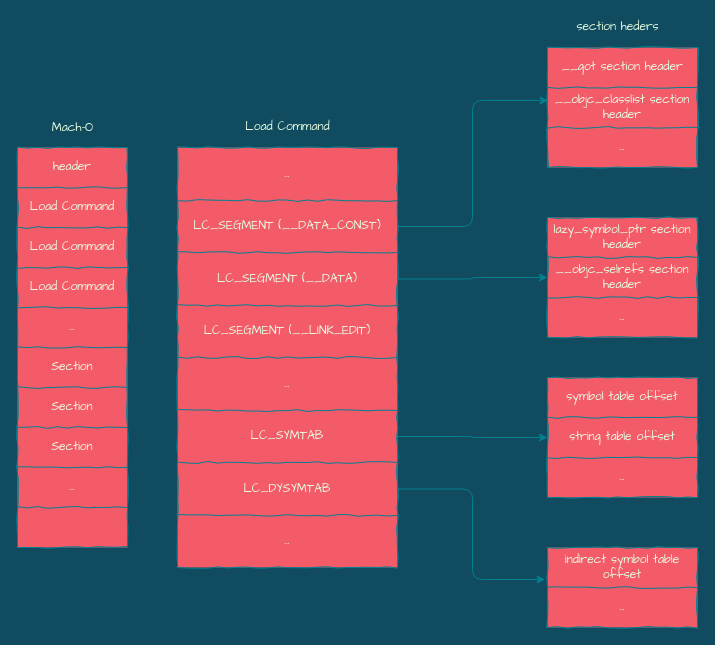
silan-liu/drawio keeps this draw.io diagram as fishhook/section_header.drawio. Above is the earlier version. Source tidied: cells renumbered, new cells numbered last; positions are measured from the earlier drawing's top-left corner, leaving out a move shared by most shapes. Both pictures are drawn from the tidied source at 100%, with x=0, y=0 at pixel (17, 17).
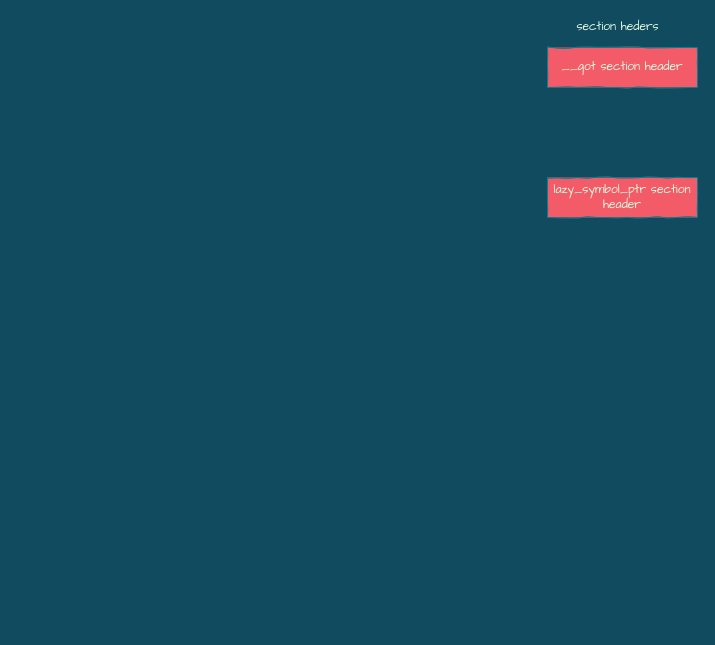
Above is the later version.

The edit, as a diff of the source:
```diff
@@
-    <mxCell id="2" style="shape=table;html=1;whiteSpace=wrap;startSize=0;childLayout=tableLayout;comic=1;fillColor=#F45B69;strokeColor=#028090;fontColor=#E4FDE1;fontFamily=Architects Daughter;" parent="1" vertex="1">
-      <mxGeometry y="130" width="110" height="400" as="geometry" />
-    </mxCell>
-    <mxCell id="3" style="shape=partialRectangle;html=1;whiteSpace=wrap;fillColor=none;top=0;left=0;bottom=0;right=0;strokeColor=#028090;fontColor=#E4FDE1;" parent="2" vertex="1">
-      <mxGeometry width="110" height="40" as="geometry" />
-    </mxCell>
-    <mxCell id="4" value="header" style="shape=partialRectangle;html=1;whiteSpace=wrap;overflow=hidden;fillColor=none;top=0;left=0;bottom=0;right=0;strokeColor=#028090;fontColor=#E4FDE1;fontFamily=Architects Daughter;" parent="3" vertex="1">
-      <mxGeometry width="110" height="40" as="geometry" />
-    </mxCell>
-    <mxCell id="5" style="shape=partialRectangle;html=1;whiteSpace=wrap;fillColor=none;top=0;left=0;bottom=0;right=0;strokeColor=#028090;fontColor=#E4FDE1;" parent="2" vertex="1">
-      <mxGeometry y="40" width="110" height="40" as="geometry" />
-    </mxCell>
-    <mxCell id="6" value="Load Command" style="shape=partialRectangle;html=1;whiteSpace=wrap;overflow=hidden;fillColor=none;top=0;left=0;bottom=0;right=0;strokeColor=#028090;fontColor=#E4FDE1;fontFamily=Architects Daughter;" parent="5" vertex="1">
-      <mxGeometry width="110" height="40" as="geometry" />
-    </mxCell>
-    <mxCell id="7" style="shape=partialRectangle;html=1;whiteSpace=wrap;fillColor=none;top=0;left=0;bottom=0;right=0;strokeColor=#028090;fontColor=#E4FDE1;" parent="2" vertex="1">
-      <mxGeometry y="80" width="110" height="40" as="geometry" />
-    </mxCell>
-    <mxCell id="8" value="Load Command" style="shape=partialRectangle;html=1;whiteSpace=wrap;overflow=hidden;fillColor=none;top=0;left=0;bottom=0;right=0;strokeColor=#028090;fontColor=#E4FDE1;fontFamily=Architects Daughter;" parent="7" vertex="1">
-      <mxGeometry width="110" height="40" as="geometry" />
-    </mxCell>
-    <mxCell id="9" style="shape=partialRectangle;html=1;whiteSpace=wrap;fillColor=none;top=0;left=0;bottom=0;right=0;strokeColor=#028090;fontColor=#E4FDE1;" parent="2" vertex="1">
-      <mxGeometry y="120" width="110" height="40" as="geometry" />
-    </mxCell>
-    <mxCell id="10" value="Load Command" style="shape=partialRectangle;html=1;whiteSpace=wrap;overflow=hidden;fillColor=none;top=0;left=0;bottom=0;right=0;strokeColor=#028090;fontColor=#E4FDE1;fontFamily=Architects Daughter;" parent="9" vertex="1">
-      <mxGeometry width="110" height="40" as="geometry" />
-    </mxCell>
-    <mxCell id="11" style="shape=partialRectangle;html=1;whiteSpace=wrap;fillColor=none;top=0;left=0;bottom=0;right=0;strokeColor=#028090;fontColor=#E4FDE1;" parent="2" vertex="1">
-      <mxGeometry y="160" width="110" height="40" as="geometry" />
-    </mxCell>
-    <mxCell id="12" value="..." style="shape=partialRectangle;html=1;whiteSpace=wrap;overflow=hidden;fillColor=none;top=0;left=0;bottom=0;right=0;strokeColor=#028090;fontColor=#E4FDE1;fontFamily=Architects Daughter;" parent="11" vertex="1">
-      <mxGeometry width="110" height="40" as="geometry" />
-    </mxCell>
-    <mxCell id="13" style="shape=partialRectangle;html=1;whiteSpace=wrap;fillColor=none;top=0;left=0;bottom=0;right=0;strokeColor=#028090;fontColor=#E4FDE1;" parent="2" vertex="1">
-      <mxGeometry y="200" width="110" height="40" as="geometry" />
-    </mxCell>
-    <mxCell id="14" value="Section" style="shape=partialRectangle;html=1;whiteSpace=wrap;overflow=hidden;fillColor=none;top=0;left=0;bottom=0;right=0;strokeColor=#028090;fontColor=#E4FDE1;fontFamily=Architects Daughter;" parent="13" vertex="1">
-      <mxGeometry width="110" height="40" as="geometry" />
-    </mxCell>
-    <mxCell id="15" style="shape=partialRectangle;html=1;whiteSpace=wrap;fillColor=none;top=0;left=0;bottom=0;right=0;strokeColor=#028090;fontColor=#E4FDE1;" parent="2" vertex="1">
-      <mxGeometry y="240" width="110" height="40" as="geometry" />
-    </mxCell>
-    <mxCell id="16" value="Section" style="shape=partialRectangle;html=1;whiteSpace=wrap;overflow=hidden;fillColor=none;top=0;left=0;bottom=0;right=0;strokeColor=#028090;fontColor=#E4FDE1;fontFamily=Architects Daughter;" parent="15" vertex="1">
-      <mxGeometry width="110" height="40" as="geometry" />
-    </mxCell>
-    <mxCell id="17" style="shape=partialRectangle;html=1;whiteSpace=wrap;fillColor=none;top=0;left=0;bottom=0;right=0;strokeColor=#028090;fontColor=#E4FDE1;" parent="2" vertex="1">
-      <mxGeometry y="280" width="110" height="40" as="geometry" />
-    </mxCell>
-    <mxCell id="18" value="Section" style="shape=partialRectangle;html=1;whiteSpace=wrap;overflow=hidden;fillColor=none;top=0;left=0;bottom=0;right=0;strokeColor=#028090;fontColor=#E4FDE1;fontFamily=Architects Daughter;" parent="17" vertex="1">
-      <mxGeometry width="110" height="40" as="geometry" />
-    </mxCell>
-    <mxCell id="19" style="shape=partialRectangle;html=1;whiteSpace=wrap;fillColor=none;top=0;left=0;bottom=0;right=0;strokeColor=#028090;fontColor=#E4FDE1;" parent="2" vertex="1">
-      <mxGeometry y="320" width="110" height="40" as="geometry" />
-    </mxCell>
-    <mxCell id="20" value="..." style="shape=partialRectangle;html=1;whiteSpace=wrap;overflow=hidden;fillColor=none;top=0;left=0;bottom=0;right=0;strokeColor=#028090;fontColor=#E4FDE1;fontFamily=Architects Daughter;" parent="19" vertex="1">
-      <mxGeometry width="110" height="40" as="geometry" />
-    </mxCell>
-    <mxCell id="21" style="shape=partialRectangle;html=1;whiteSpace=wrap;fillColor=none;top=0;left=0;bottom=0;right=0;strokeColor=#028090;fontColor=#E4FDE1;" parent="2" vertex="1">
-      <mxGeometry y="360" width="110" height="40" as="geometry" />
-    </mxCell>
-    <mxCell id="22" style="shape=partialRectangle;html=1;whiteSpace=wrap;overflow=hidden;fillColor=none;top=0;left=0;bottom=0;right=0;strokeColor=#028090;fontColor=#E4FDE1;fontFamily=Architects Daughter;" parent="21" vertex="1">
-      <mxGeometry width="110" height="40" as="geometry" />
-    </mxCell>
-    <mxCell id="23" value="&lt;font face=&quot;Architects Daughter&quot;&gt;Mach-O&lt;/font&gt;" style="text;html=1;align=center;verticalAlign=middle;fontColor=#E4FDE1;" parent="1" vertex="1">
-      <mxGeometry x="25" y="100" width="60" height="20" as="geometry" />
-    </mxCell>
-    <mxCell id="24" style="shape=table;html=1;whiteSpace=wrap;startSize=0;childLayout=tableLayout;comic=1;fillColor=#F45B69;strokeColor=#028090;fontColor=#E4FDE1;fontFamily=Architects Daughter;" parent="1" vertex="1">
-      <mxGeometry x="160" y="130" width="220" height="420" as="geometry" />
-    </mxCell>
-    <mxCell id="25" style="shape=partialRectangle;html=1;whiteSpace=wrap;fillColor=none;top=0;left=0;bottom=0;right=0;strokeColor=#028090;fontColor=#E4FDE1;" parent="24" vertex="1">
-      <mxGeometry width="220" height="53" as="geometry" />
-    </mxCell>
-    <mxCell id="26" value="..." style="shape=partialRectangle;html=1;whiteSpace=wrap;overflow=hidden;fillColor=none;top=0;left=0;bottom=0;right=0;strokeColor=#028090;fontColor=#E4FDE1;fontFamily=Architects Daughter;" parent="25" vertex="1">
-      <mxGeometry width="220" height="53" as="geometry" />
-    </mxCell>
-    <mxCell id="27" style="shape=partialRectangle;html=1;whiteSpace=wrap;fillColor=none;top=0;left=0;bottom=0;right=0;points=[[0,0.5],[1,0.5]];portConstraint=eastwest;strokeColor=#028090;fontColor=#E4FDE1;" parent="24" vertex="1">
-      <mxGeometry y="53" width="220" height="52" as="geometry" />
-    </mxCell>
-    <mxCell id="28" value="LC_SEGMENT (__DATA_CONST)" style="shape=partialRectangle;html=1;whiteSpace=wrap;overflow=hidden;fillColor=none;top=0;left=0;bottom=0;right=0;strokeColor=#028090;fontColor=#E4FDE1;fontFamily=Architects Daughter;" parent="27" vertex="1">
-      <mxGeometry width="220" height="52" as="geometry" />
-    </mxCell>
-    <mxCell id="29" style="shape=partialRectangle;html=1;whiteSpace=wrap;fillColor=none;top=0;left=0;bottom=0;right=0;points=[[0,0.5],[1,0.5]];portConstraint=eastwest;strokeColor=#028090;fontColor=#E4FDE1;" parent="24" vertex="1">
-      <mxGeometry y="105" width="220" height="53" as="geometry" />
-    </mxCell>
-    <mxCell id="30" value="LC_SEGMENT (__DATA)" style="shape=partialRectangle;html=1;whiteSpace=wrap;overflow=hidden;fillColor=none;top=0;left=0;bottom=0;right=0;strokeColor=#028090;fontColor=#E4FDE1;fontFamily=Architects Daughter;" parent="29" vertex="1">
-      <mxGeometry width="220" height="53" as="geometry" />
-    </mxCell>
-    <mxCell id="31" style="shape=partialRectangle;html=1;whiteSpace=wrap;fillColor=none;top=0;left=0;bottom=0;right=0;strokeColor=#028090;fontColor=#E4FDE1;" parent="24" vertex="1">
-      <mxGeometry y="158" width="220" height="52" as="geometry" />
-    </mxCell>
-    <mxCell id="32" value="LC_SEGMENT (__LINK_EDIT)" style="shape=partialRectangle;html=1;whiteSpace=wrap;overflow=hidden;fillColor=none;top=0;left=0;bottom=0;right=0;strokeColor=#028090;fontColor=#E4FDE1;fontFamily=Architects Daughter;" parent="31" vertex="1">
-      <mxGeometry width="220" height="52" as="geometry" />
-    </mxCell>
-    <mxCell id="33" style="shape=partialRectangle;html=1;whiteSpace=wrap;fillColor=none;top=0;left=0;bottom=0;right=0;strokeColor=#028090;fontColor=#E4FDE1;" parent="24" vertex="1">
-      <mxGeometry y="210" width="220" height="53" as="geometry" />
-    </mxCell>
-    <mxCell id="34" value="..." style="shape=partialRectangle;html=1;whiteSpace=wrap;overflow=hidden;fillColor=none;top=0;left=0;bottom=0;right=0;strokeColor=#028090;fontColor=#E4FDE1;fontFamily=Architects Daughter;" parent="33" vertex="1">
-      <mxGeometry width="220" height="53" as="geometry" />
-    </mxCell>
-    <mxCell id="35" style="shape=partialRectangle;html=1;whiteSpace=wrap;fillColor=none;top=0;left=0;bottom=0;right=0;points=[[0,0.5],[1,0.5]];portConstraint=eastwest;strokeColor=#028090;fontColor=#E4FDE1;" parent="24" vertex="1">
-      <mxGeometry y="263" width="220" height="52" as="geometry" />
-    </mxCell>
-    <mxCell id="36" value="LC_SYMTAB" style="shape=partialRectangle;html=1;whiteSpace=wrap;overflow=hidden;fillColor=none;top=0;left=0;bottom=0;right=0;strokeColor=#028090;fontColor=#E4FDE1;fontFamily=Architects Daughter;" parent="35" vertex="1">
-      <mxGeometry width="220" height="52" as="geometry" />
-    </mxCell>
-    <mxCell id="37" style="shape=partialRectangle;html=1;whiteSpace=wrap;fillColor=none;top=0;left=0;bottom=0;right=0;points=[[0,0.5],[1,0.5]];portConstraint=eastwest;strokeColor=#028090;fontColor=#E4FDE1;" parent="24" vertex="1">
-      <mxGeometry y="315" width="220" height="53" as="geometry" />
-    </mxCell>
-    <mxCell id="38" value="LC_DYSYMTAB" style="shape=partialRectangle;html=1;whiteSpace=wrap;overflow=hidden;fillColor=none;top=0;left=0;bottom=0;right=0;strokeColor=#028090;fontColor=#E4FDE1;fontFamily=Architects Daughter;" parent="37" vertex="1">
-      <mxGeometry width="220" height="53" as="geometry" />
-    </mxCell>
-    <mxCell id="39" style="shape=partialRectangle;html=1;whiteSpace=wrap;fillColor=none;top=0;left=0;bottom=0;right=0;strokeColor=#028090;fontColor=#E4FDE1;" parent="24" vertex="1">
-      <mxGeometry y="368" width="220" height="52" as="geometry" />
-    </mxCell>
-    <mxCell id="40" value="..." style="shape=partialRectangle;html=1;whiteSpace=wrap;overflow=hidden;fillColor=none;top=0;left=0;bottom=0;right=0;strokeColor=#028090;fontColor=#E4FDE1;fontFamily=Architects Daughter;" parent="39" vertex="1">
-      <mxGeometry width="220" height="52" as="geometry" />
-    </mxCell>
-    <mxCell id="41" value="Load Command" style="text;html=1;align=center;verticalAlign=middle;fontFamily=Architects Daughter;fontColor=#E4FDE1;" parent="1" vertex="1">
-      <mxGeometry x="220" y="100" width="100" height="20" as="geometry" />
-    </mxCell>
-    <mxCell id="42" style="shape=table;html=1;whiteSpace=wrap;startSize=0;childLayout=tableLayout;comic=1;fillColor=#F45B69;strokeColor=#028090;fontColor=#E4FDE1;fontFamily=Architects Daughter;" parent="1" vertex="1">
-      <mxGeometry x="530" y="360" width="150" height="120" as="geometry" />
-    </mxCell>
-    <mxCell id="43" style="shape=partialRectangle;html=1;whiteSpace=wrap;fillColor=none;top=0;left=0;bottom=0;right=0;strokeColor=#028090;fontColor=#E4FDE1;" parent="42" vertex="1">
-      <mxGeometry width="150" height="40" as="geometry" />
-    </mxCell>
-    <mxCell id="44" value="symbol table offset" style="shape=partialRectangle;html=1;whiteSpace=wrap;overflow=hidden;fillColor=none;top=0;left=0;bottom=0;right=0;strokeColor=#028090;fontColor=#E4FDE1;fontFamily=Architects Daughter;" parent="43" vertex="1">
-      <mxGeometry width="150" height="40" as="geometry" />
-    </mxCell>
-    <mxCell id="45" style="shape=partialRectangle;html=1;whiteSpace=wrap;fillColor=none;top=0;left=0;bottom=0;right=0;points=[[0,0.5],[1,0.5]];portConstraint=eastwest;strokeColor=#028090;fontColor=#E4FDE1;" parent="42" vertex="1">
-      <mxGeometry y="40" width="150" height="40" as="geometry" />
-    </mxCell>
-    <mxCell id="46" value="string table offset" style="shape=partialRectangle;html=1;whiteSpace=wrap;overflow=hidden;fillColor=none;top=0;left=0;bottom=0;right=0;strokeColor=#028090;fontColor=#E4FDE1;fontFamily=Architects Daughter;" parent="45" vertex="1">
-      <mxGeometry width="150" height="40" as="geometry" />
-    </mxCell>
-    <mxCell id="47" style="shape=partialRectangle;html=1;whiteSpace=wrap;fillColor=none;top=0;left=0;bottom=0;right=0;strokeColor=#028090;fontColor=#E4FDE1;" parent="42" vertex="1">
-      <mxGeometry y="80" width="150" height="40" as="geometry" />
-    </mxCell>
-    <mxCell id="48" value="..." style="shape=partialRectangle;html=1;whiteSpace=wrap;overflow=hidden;fillColor=none;top=0;left=0;bottom=0;right=0;strokeColor=#028090;fontColor=#E4FDE1;fontFamily=Architects Daughter;" parent="47" vertex="1">
-      <mxGeometry width="150" height="40" as="geometry" />
-    </mxCell>
-    <mxCell id="49" style="shape=table;html=1;whiteSpace=wrap;startSize=0;childLayout=tableLayout;comic=1;fillColor=#F45B69;strokeColor=#028090;fontColor=#E4FDE1;fontFamily=Architects Daughter;" parent="1" vertex="1">
-      <mxGeometry x="530" y="530" width="150" height="80" as="geometry" />
-    </mxCell>
-    <mxCell id="50" style="shape=partialRectangle;html=1;whiteSpace=wrap;fillColor=none;top=0;left=0;bottom=0;right=0;points=[[0,0.5],[1,0.5]];portConstraint=eastwest;strokeColor=#028090;fontColor=#E4FDE1;" parent="49" vertex="1">
-      <mxGeometry width="150" height="40" as="geometry" />
-    </mxCell>
-    <mxCell id="51" value="indirect symbol table offset" style="shape=partialRectangle;html=1;whiteSpace=wrap;overflow=hidden;fillColor=none;top=0;left=0;bottom=0;right=0;strokeColor=#028090;fontColor=#E4FDE1;fontFamily=Architects Daughter;" parent="50" vertex="1">
-      <mxGeometry width="150" height="40" as="geometry" />
-    </mxCell>
-    <mxCell id="52" style="shape=partialRectangle;html=1;whiteSpace=wrap;fillColor=none;top=0;left=0;bottom=0;right=0;strokeColor=#028090;fontColor=#E4FDE1;" parent="49" vertex="1">
-      <mxGeometry y="40" width="150" height="40" as="geometry" />
-    </mxCell>
-    <mxCell id="53" value="..." style="shape=partialRectangle;html=1;whiteSpace=wrap;overflow=hidden;fillColor=none;top=0;left=0;bottom=0;right=0;strokeColor=#028090;fontColor=#E4FDE1;fontFamily=Architects Daughter;" parent="52" vertex="1">
-      <mxGeometry width="150" height="40" as="geometry" />
-    </mxCell>
-    <mxCell id="54" style="edgeStyle=orthogonalEdgeStyle;curved=0;rounded=1;sketch=0;jettySize=auto;html=1;exitX=1;exitY=0.5;exitDx=0;exitDy=0;entryX=-0.016;entryY=0.8;entryDx=0;entryDy=0;entryPerimeter=0;strokeColor=#028090;fillColor=#F45B69;fontFamily=Architects Daughter;fontColor=#E4FDE1;" parent="1" edge="1" source="37" target="50">
-      <mxGeometry relative="1" as="geometry" />
-    </mxCell>
     <mxCell id="55" style="shape=table;html=1;whiteSpace=wrap;startSize=0;childLayout=tableLayout;comic=1;fillColor=#F45B69;strokeColor=#028090;fontColor=#E4FDE1;fontFamily=Architects Daughter;" parent="1" vertex="1">
-      <mxGeometry x="530" y="30" width="150" height="120" as="geometry" />
+      <mxGeometry x="530" y="30" width="150" height="40" as="geometry" />
     </mxCell>
@@
-    <mxCell id="58" style="shape=partialRectangle;html=1;whiteSpace=wrap;fillColor=none;top=0;left=0;bottom=0;right=0;points=[[0,0.5],[1,0.5]];portConstraint=eastwest;strokeColor=#028090;fontColor=#E4FDE1;" parent="55" vertex="1">
-      <mxGeometry y="40" width="150" height="40" as="geometry" />
-    </mxCell>
-    <mxCell id="59" value="__objc_classlist section header" style="shape=partialRectangle;html=1;whiteSpace=wrap;overflow=hidden;fillColor=none;top=0;left=0;bottom=0;right=0;strokeColor=#028090;fontColor=#E4FDE1;fontFamily=Architects Daughter;" parent="58" vertex="1">
-      <mxGeometry width="150" height="40" as="geometry" />
-    </mxCell>
-    <mxCell id="60" style="shape=partialRectangle;html=1;whiteSpace=wrap;fillColor=none;top=0;left=0;bottom=0;right=0;strokeColor=#028090;fontColor=#E4FDE1;" parent="55" vertex="1">
-      <mxGeometry y="80" width="150" height="40" as="geometry" />
-    </mxCell>
-    <mxCell id="61" value="..." style="shape=partialRectangle;html=1;whiteSpace=wrap;overflow=hidden;fillColor=none;top=0;left=0;bottom=0;right=0;strokeColor=#028090;fontColor=#E4FDE1;fontFamily=Architects Daughter;" parent="60" vertex="1">
-      <mxGeometry width="150" height="40" as="geometry" />
-    </mxCell>
@@
     <mxCell id="63" style="shape=table;html=1;whiteSpace=wrap;startSize=0;childLayout=tableLayout;comic=1;fillColor=#F45B69;strokeColor=#028090;fontColor=#E4FDE1;fontFamily=Architects Daughter;" parent="1" vertex="1">
-      <mxGeometry x="530" y="200" width="150" height="120" as="geometry" />
+      <mxGeometry x="530" y="160" width="150" height="40" as="geometry" />
     </mxCell>
@@
-    <mxCell id="66" style="shape=partialRectangle;html=1;whiteSpace=wrap;fillColor=none;top=0;left=0;bottom=0;right=0;points=[[0,0.5],[1,0.5]];portConstraint=eastwest;strokeColor=#028090;fontColor=#E4FDE1;" parent="63" vertex="1">
-      <mxGeometry y="40" width="150" height="40" as="geometry" />
-    </mxCell>
-    <mxCell id="67" value="__objc_selrefs section header" style="shape=partialRectangle;html=1;whiteSpace=wrap;overflow=hidden;fillColor=none;top=0;left=0;bottom=0;right=0;strokeColor=#028090;fontColor=#E4FDE1;fontFamily=Architects Daughter;" parent="66" vertex="1">
-      <mxGeometry width="150" height="40" as="geometry" />
-    </mxCell>
-    <mxCell id="68" style="shape=partialRectangle;html=1;whiteSpace=wrap;fillColor=none;top=0;left=0;bottom=0;right=0;strokeColor=#028090;fontColor=#E4FDE1;" parent="63" vertex="1">
-      <mxGeometry y="80" width="150" height="40" as="geometry" />
-    </mxCell>
-    <mxCell id="69" value="..." style="shape=partialRectangle;html=1;whiteSpace=wrap;overflow=hidden;fillColor=none;top=0;left=0;bottom=0;right=0;strokeColor=#028090;fontColor=#E4FDE1;fontFamily=Architects Daughter;" parent="68" vertex="1">
-      <mxGeometry width="150" height="40" as="geometry" />
-    </mxCell>
-    <mxCell id="70" style="edgeStyle=orthogonalEdgeStyle;curved=0;rounded=1;sketch=0;jettySize=auto;html=1;exitX=1;exitY=0.5;exitDx=0;exitDy=0;entryX=0;entryY=0.5;entryDx=0;entryDy=0;strokeColor=#028090;fillColor=#F45B69;fontFamily=Architects Daughter;fontColor=#E4FDE1;" parent="1" edge="1" source="35" target="45">
-      <mxGeometry relative="1" as="geometry" />
-    </mxCell>
-    <mxCell id="71" style="edgeStyle=orthogonalEdgeStyle;curved=0;rounded=1;sketch=0;jettySize=auto;html=1;exitX=1;exitY=0.5;exitDx=0;exitDy=0;entryX=0.004;entryY=0.323;entryDx=0;entryDy=0;entryPerimeter=0;strokeColor=#028090;fillColor=#F45B69;fontFamily=Architects Daughter;fontColor=#E4FDE1;" parent="1" edge="1" source="27" target="58">
-      <mxGeometry relative="1" as="geometry" />
-    </mxCell>
-    <mxCell id="72" style="edgeStyle=orthogonalEdgeStyle;curved=0;rounded=1;sketch=0;jettySize=auto;html=1;exitX=1;exitY=0.5;exitDx=0;exitDy=0;entryX=0;entryY=0.5;entryDx=0;entryDy=0;strokeColor=#028090;fillColor=#F45B69;fontFamily=Architects Daughter;fontColor=#E4FDE1;" parent="1" edge="1" source="29" target="66">
-      <mxGeometry relative="1" as="geometry" />
-    </mxCell>
```
